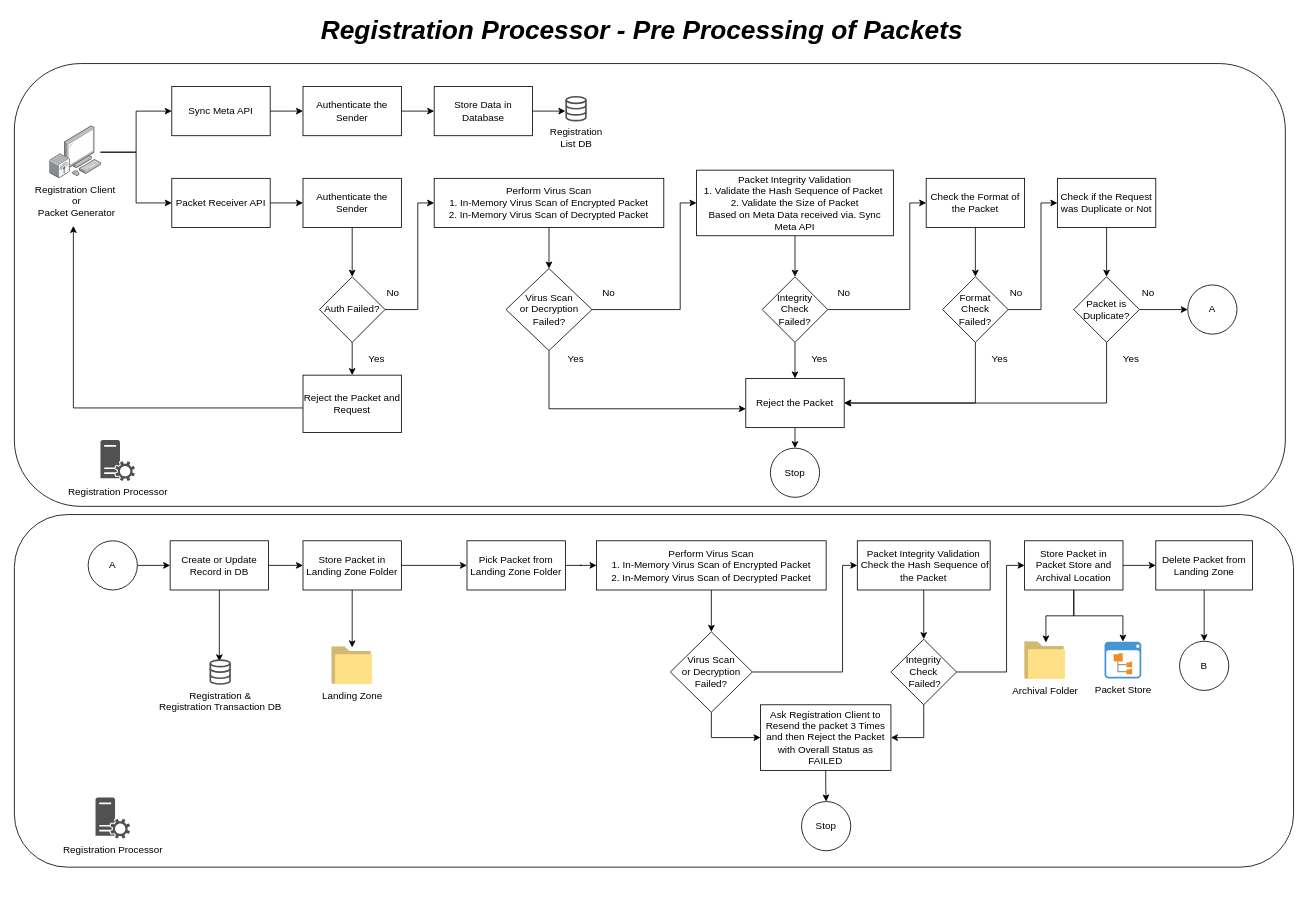
Above: page "RP - Packet Pre Processing" (1 of 5) of docs/requirements/FinalProcessFlows/MOSIP_Process Flow 1.19 Reg Processor.drawio in mosip/registration-client (draw.io), before the change. Source tidied: cells renumbered, new cells numbered last; positions are measured from the earlier drawing's top-left corner, leaving out a move shared by most shapes. Both pictures are drawn from the tidied source at 82%, with x=0, y=0 at pixel (14, 14).
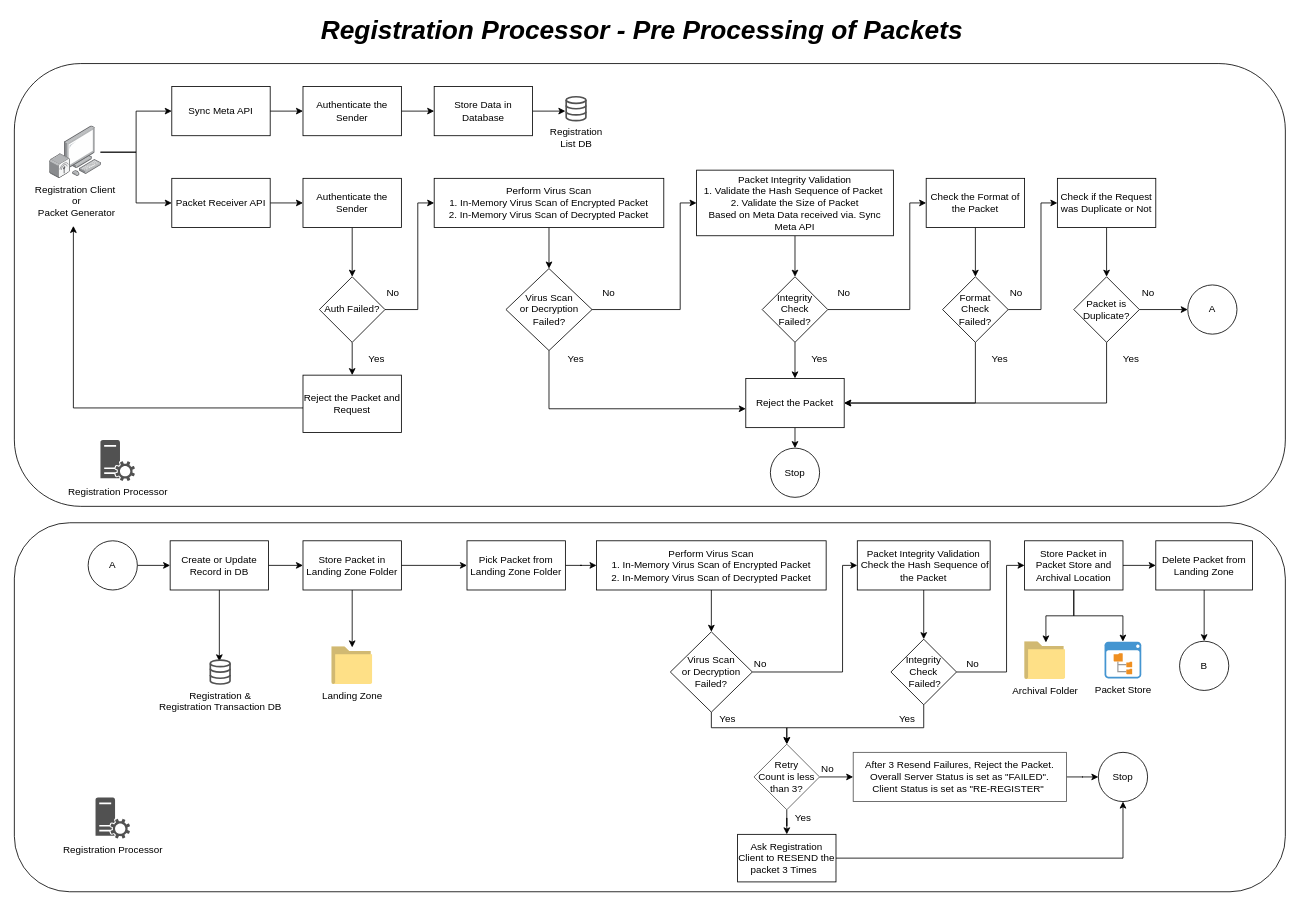
After the change.

Commit message (it also covers changes not shown here):
MOS-23417 Updated the Process Flow Diagram after Review Comments

Unchanged cells that the change refers to:
```xml
<mxCell id="80" value="Virus Scan &lt;br&gt;or Decryption Failed?" style="rhombus;whiteSpace=wrap;html=1;" parent="1" vertex="1">
  <mxGeometry x="800" y="753" width="100" height="98" as="geometry" />
</mxCell>
<mxCell id="83" value="Integrity Check&lt;br&gt;&amp;nbsp;Failed?" style="rhombus;whiteSpace=wrap;html=1;" parent="1" vertex="1">
  <mxGeometry x="1069" y="762" width="80" height="80" as="geometry" />
</mxCell>
```

The edit, as a diff of the source:
```diff
@@
-    <mxCell id="2" style="rounded=1;whiteSpace=wrap;html=1;fillColor=#ffffff;" parent="1" vertex="1">
-      <mxGeometry y="610" width="1560" height="430" as="geometry" />
-    </mxCell>
+    <mxCell id="94" style="rounded=1;whiteSpace=wrap;html=1;fillColor=#ffffff;" parent="1" vertex="1">
+      <mxGeometry y="620" width="1550" height="450" as="geometry" />
+    </mxCell>
@@
-    <mxCell id="79" style="edgeStyle=orthogonalEdgeStyle;rounded=0;jettySize=auto;html=1;exitX=0.5;exitY=1;exitDx=0;exitDy=0;entryX=0;entryY=0.5;entryDx=0;entryDy=0;" parent="1" edge="1" source="80" target="85">
-      <mxGeometry relative="1" as="geometry" />
-    </mxCell>
+    <mxCell id="95" style="edgeStyle=orthogonalEdgeStyle;rounded=0;jumpStyle=arc;jettySize=auto;html=1;entryX=0.5;entryY=0;entryDx=0;entryDy=0;strokeColor=#000000;fontColor=#000000;" parent="1" edge="1" source="80" target="100">
+      <mxGeometry relative="1" as="geometry">
+        <Array as="points">
+          <mxPoint x="850" y="870" />
+          <mxPoint x="942" y="870" />
+        </Array>
+      </mxGeometry>
+    </mxCell>
@@
-    <mxCell id="82" style="edgeStyle=orthogonalEdgeStyle;rounded=0;jettySize=auto;html=1;exitX=0.5;exitY=1;exitDx=0;exitDy=0;entryX=1;entryY=0.5;entryDx=0;entryDy=0;" parent="1" edge="1" source="83" target="85">
-      <mxGeometry relative="1" as="geometry" />
+    <mxCell id="82" style="edgeStyle=orthogonalEdgeStyle;rounded=0;jettySize=auto;html=1;exitX=0.5;exitY=1;exitDx=0;exitDy=0;entryX=0.5;entryY=0;entryDx=0;entryDy=0;" parent="1" edge="1" source="83" target="100">
+      <mxGeometry relative="1" as="geometry">
+        <Array as="points">
+          <mxPoint x="1109" y="870" />
+          <mxPoint x="942" y="870" />
+        </Array>
+      </mxGeometry>
     </mxCell>
@@
-    <mxCell id="84" style="edgeStyle=orthogonalEdgeStyle;rounded=0;jettySize=auto;html=1;" parent="1" edge="1" source="85" target="89">
-      <mxGeometry relative="1" as="geometry" />
-    </mxCell>
-    <mxCell id="85" value="Ask Registration Client to Resend the packet 3 Times and then Reject the Packet&lt;br&gt;with Overall Status as FAILED&lt;br&gt;" style="rounded=0;whiteSpace=wrap;html=1;" parent="1" vertex="1">
-      <mxGeometry x="910" y="842" width="159" height="80" as="geometry" />
-    </mxCell>
@@
     <mxCell id="89" value="Stop" style="ellipse;whiteSpace=wrap;html=1;" parent="1" vertex="1">
-      <mxGeometry x="960" y="960" width="60" height="60" as="geometry" />
+      <mxGeometry x="1322" y="900" width="60" height="60" as="geometry" />
     </mxCell>
@@
+    <mxCell id="96" style="edgeStyle=orthogonalEdgeStyle;rounded=0;jumpStyle=arc;jettySize=auto;html=1;exitX=1;exitY=0.5;exitDx=0;exitDy=0;strokeColor=#000000;fontColor=#000000;" parent="1" edge="1" source="97" target="89">
+      <mxGeometry relative="1" as="geometry" />
+    </mxCell>
+    <mxCell id="97" value="&lt;span&gt;After 3 Resend Failures, Reject the Packet.&lt;/span&gt;&lt;br&gt;&lt;span&gt;Overall Server Status is set as &quot;FAILED&quot;.&lt;br&gt;Client Status is set as &quot;RE-REGISTER&quot;&amp;nbsp;&lt;br&gt;&lt;/span&gt;" style="rounded=0;whiteSpace=wrap;html=1;strokeColor=#515151;fillColor=#FFFFFF;fontColor=#000000;" parent="1" vertex="1">
+      <mxGeometry x="1023" y="900" width="260" height="60" as="geometry" />
+    </mxCell>
+    <mxCell id="98" style="edgeStyle=orthogonalEdgeStyle;rounded=0;jumpStyle=arc;jettySize=auto;html=1;exitX=0.5;exitY=1;exitDx=0;exitDy=0;strokeColor=#000000;fontColor=#000000;" parent="1" edge="1" source="100" target="102">
+      <mxGeometry relative="1" as="geometry" />
+    </mxCell>
+    <mxCell id="99" style="edgeStyle=orthogonalEdgeStyle;rounded=0;jumpStyle=arc;jettySize=auto;html=1;exitX=1;exitY=0.5;exitDx=0;exitDy=0;entryX=0;entryY=0.5;entryDx=0;entryDy=0;strokeColor=#000000;fontColor=#000000;" parent="1" edge="1" source="100" target="97">
+      <mxGeometry relative="1" as="geometry" />
+    </mxCell>
+    <mxCell id="100" value="Retry&lt;br&gt;Count is less than 3?" style="rhombus;whiteSpace=wrap;html=1;strokeColor=#515151;fillColor=#FFFFFF;fontColor=#000000;" parent="1" vertex="1">
+      <mxGeometry x="902" y="890" width="80" height="80" as="geometry" />
+    </mxCell>
+    <mxCell id="101" style="edgeStyle=orthogonalEdgeStyle;rounded=0;jumpStyle=arc;jettySize=auto;html=1;exitX=1;exitY=0.5;exitDx=0;exitDy=0;entryX=0.5;entryY=1;entryDx=0;entryDy=0;strokeColor=#000000;fontColor=#000000;" parent="1" edge="1" source="102" target="89">
+      <mxGeometry relative="1" as="geometry" />
+    </mxCell>
+    <mxCell id="102" value="Ask Registration Client to RESEND the packet 3 Times &amp;nbsp;&lt;br&gt;" style="rounded=0;whiteSpace=wrap;html=1;" parent="1" vertex="1">
+      <mxGeometry x="882" y="1000" width="120" height="58" as="geometry" />
+    </mxCell>
+    <mxCell id="103" value="No" style="text;html=1;strokeColor=none;fillColor=none;align=center;verticalAlign=middle;whiteSpace=wrap;rounded=0;fontColor=#000000;" parent="1" vertex="1">
+      <mxGeometry x="890" y="782" width="40" height="20" as="geometry" />
+    </mxCell>
+    <mxCell id="104" value="Yes" style="text;html=1;strokeColor=none;fillColor=none;align=center;verticalAlign=middle;whiteSpace=wrap;rounded=0;fontColor=#000000;" parent="1" vertex="1">
+      <mxGeometry x="850" y="849" width="40" height="20" as="geometry" />
+    </mxCell>
+    <mxCell id="105" value="No" style="text;html=1;strokeColor=none;fillColor=none;align=center;verticalAlign=middle;whiteSpace=wrap;rounded=0;fontColor=#000000;" parent="1" vertex="1">
+      <mxGeometry x="1149" y="782" width="40" height="20" as="geometry" />
+    </mxCell>
+    <mxCell id="106" value="Yes" style="text;html=1;strokeColor=none;fillColor=none;align=center;verticalAlign=middle;whiteSpace=wrap;rounded=0;fontColor=#000000;" parent="1" vertex="1">
+      <mxGeometry x="1069" y="849" width="40" height="20" as="geometry" />
+    </mxCell>
+    <mxCell id="107" value="Yes" style="text;html=1;strokeColor=none;fillColor=none;align=center;verticalAlign=middle;whiteSpace=wrap;rounded=0;fontColor=#000000;" parent="1" vertex="1">
+      <mxGeometry x="942" y="970" width="40" height="20" as="geometry" />
+    </mxCell>
+    <mxCell id="108" value="No" style="text;html=1;strokeColor=none;fillColor=none;align=center;verticalAlign=middle;whiteSpace=wrap;rounded=0;fontColor=#000000;" parent="1" vertex="1">
+      <mxGeometry x="972" y="910" width="40" height="20" as="geometry" />
+    </mxCell>
```
